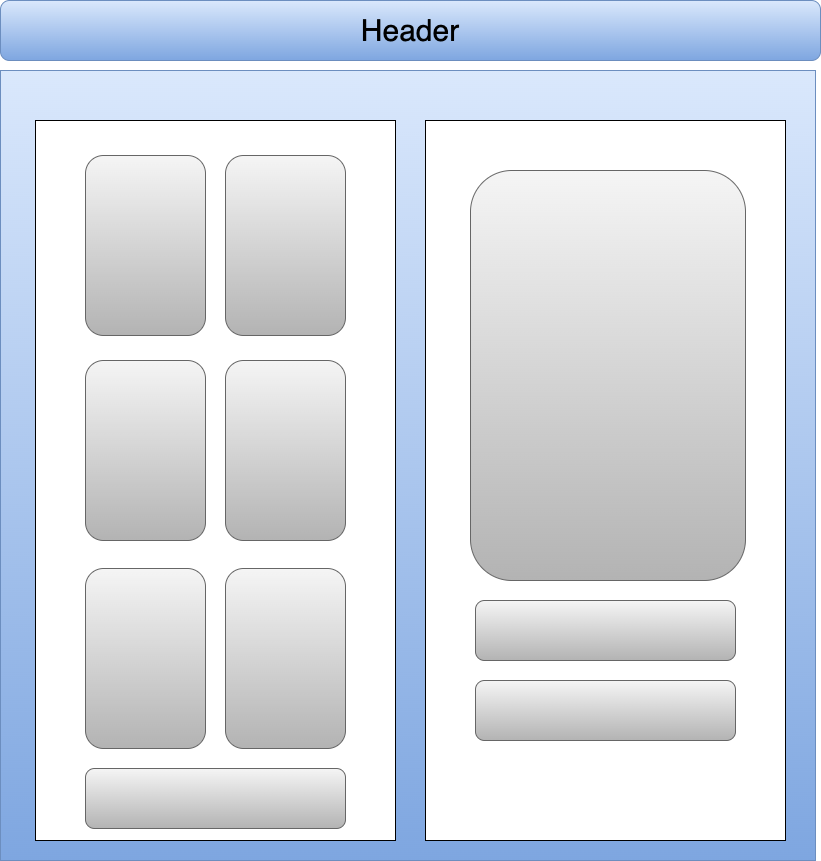
Earlier version of the draw.io export src/img/FabricStore.drawio.png (SuzSch/Fabric-Store). Source tidied: cells renumbered, new cells last; positions are measured from the earlier drawing's top-left corner, leaving out a move shared by most shapes. Its diagram source:
```xml
<mxGraphModel>
  <root>
    <mxCell id="0" />
    <mxCell id="1" parent="0" />
    <mxCell id="2" style="rounded=1;whiteSpace=wrap;html=1;fillColor=#dae8fc;gradientColor=#7ea6e0;strokeColor=#6c8ebf;" parent="1" vertex="1">
      <mxGeometry width="820" height="60" as="geometry" />
    </mxCell>
    <mxCell id="3" value="&lt;font style=&quot;font-size: 30px;&quot;&gt;Header&lt;/font&gt;" style="text;html=1;strokeColor=none;fillColor=none;align=center;verticalAlign=middle;whiteSpace=wrap;rounded=0;" parent="1" vertex="1">
      <mxGeometry x="230" y="15" width="360" height="30" as="geometry" />
    </mxCell>
    <mxCell id="4" style="rounded=0;whiteSpace=wrap;html=1;fillColor=#dae8fc;gradientColor=#7ea6e0;strokeColor=#6c8ebf;" parent="1" vertex="1">
      <mxGeometry y="70" width="815" height="790" as="geometry" />
    </mxCell>
    <mxCell id="5" style="rounded=0;whiteSpace=wrap;html=1;" parent="1" vertex="1">
      <mxGeometry x="35" y="120" width="360" height="720" as="geometry" />
    </mxCell>
    <mxCell id="6" style="group;" parent="1" vertex="1">
      <mxGeometry x="85" y="155" width="260" height="620" as="geometry" />
    </mxCell>
    <mxCell id="7" style="rounded=1;whiteSpace=wrap;html=1;fillColor=#f5f5f5;gradientColor=#b3b3b3;strokeColor=#666666;" parent="6" vertex="1">
      <mxGeometry width="120" height="180" as="geometry" />
    </mxCell>
    <mxCell id="8" style="rounded=1;whiteSpace=wrap;html=1;fillColor=#f5f5f5;gradientColor=#b3b3b3;strokeColor=#666666;" parent="6" vertex="1">
      <mxGeometry x="140" width="120" height="180" as="geometry" />
    </mxCell>
    <mxCell id="9" style="rounded=1;whiteSpace=wrap;html=1;fillColor=#f5f5f5;gradientColor=#b3b3b3;strokeColor=#666666;" parent="6" vertex="1">
      <mxGeometry y="205" width="120" height="180" as="geometry" />
    </mxCell>
    <mxCell id="10" style="rounded=1;whiteSpace=wrap;html=1;fillColor=#f5f5f5;gradientColor=#b3b3b3;strokeColor=#666666;" parent="6" vertex="1">
      <mxGeometry x="140" y="205" width="120" height="180" as="geometry" />
    </mxCell>
    <mxCell id="11" style="rounded=1;whiteSpace=wrap;html=1;fillColor=#f5f5f5;gradientColor=#b3b3b3;strokeColor=#666666;" parent="6" vertex="1">
      <mxGeometry y="413" width="120" height="180" as="geometry" />
    </mxCell>
    <mxCell id="12" style="rounded=1;whiteSpace=wrap;html=1;fillColor=#f5f5f5;gradientColor=#b3b3b3;strokeColor=#666666;" parent="6" vertex="1">
      <mxGeometry x="140" y="413" width="120" height="180" as="geometry" />
    </mxCell>
    <mxCell id="13" style="rounded=0;whiteSpace=wrap;html=1;" parent="1" vertex="1">
      <mxGeometry x="425" y="120" width="360" height="720" as="geometry" />
    </mxCell>
    <mxCell id="14" style="rounded=1;whiteSpace=wrap;html=1;fillColor=#f5f5f5;gradientColor=#b3b3b3;strokeColor=#666666;" parent="1" vertex="1">
      <mxGeometry x="470" y="170" width="275" height="410" as="geometry" />
    </mxCell>
    <mxCell id="15" style="rounded=1;whiteSpace=wrap;html=1;fillColor=#f5f5f5;gradientColor=#b3b3b3;strokeColor=#666666;" parent="1" vertex="1">
      <mxGeometry x="475" y="600" width="260" height="60" as="geometry" />
    </mxCell>
    <mxCell id="16" style="rounded=1;whiteSpace=wrap;html=1;fillColor=#f5f5f5;gradientColor=#b3b3b3;strokeColor=#666666;" parent="1" vertex="1">
      <mxGeometry x="475" y="680" width="260" height="60" as="geometry" />
    </mxCell>
    <mxCell id="17" style="rounded=1;whiteSpace=wrap;html=1;fillColor=#f5f5f5;gradientColor=#b3b3b3;strokeColor=#666666;" parent="1" vertex="1">
      <mxGeometry x="85" y="768" width="260" height="60" as="geometry" />
    </mxCell>
  </root>
</mxGraphModel>
```
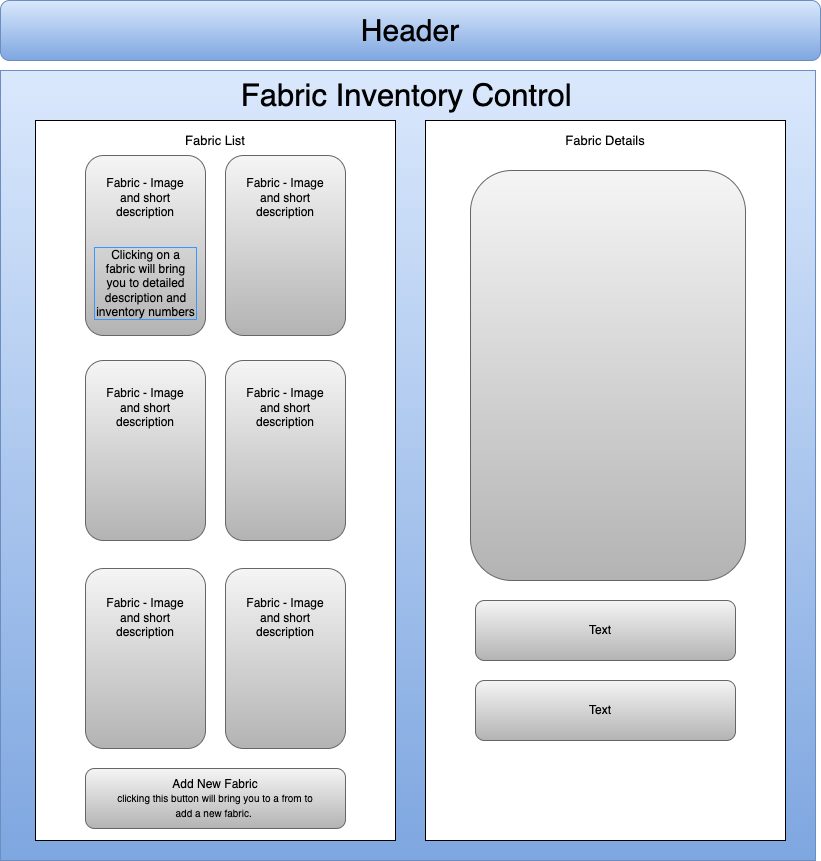
Above is the later version.

Commit message:
add fabric, fabricList and header components, update component diagram with more datails.

Diff of the diagram source:
```diff
@@ -20,7 +20,7 @@
     <mxCell id="7" style="rounded=1;whiteSpace=wrap;html=1;fillColor=#f5f5f5;gradientColor=#b3b3b3;strokeColor=#666666;" parent="6" vertex="1">
       <mxGeometry width="120" height="180" as="geometry" />
     </mxCell>
-    <mxCell id="8" style="rounded=1;whiteSpace=wrap;html=1;fillColor=#f5f5f5;gradientColor=#b3b3b3;strokeColor=#666666;" parent="6" vertex="1">
+    <mxCell id="8" value="&lt;br style=&quot;border-color: var(--border-color); color: rgb(0, 0, 0); font-family: Helvetica; font-size: 12px; font-style: normal; font-variant-ligatures: normal; font-variant-caps: normal; font-weight: 400; letter-spacing: normal; orphans: 2; text-align: center; text-indent: 0px; text-transform: none; widows: 2; word-spacing: 0px; -webkit-text-stroke-width: 0px; background-color: rgb(251, 251, 251); text-decoration-thickness: initial; text-decoration-style: initial; text-decoration-color: initial;&quot;&gt;" style="rounded=1;whiteSpace=wrap;html=1;fillColor=#f5f5f5;gradientColor=#b3b3b3;strokeColor=#666666;" parent="6" vertex="1">
       <mxGeometry x="140" width="120" height="180" as="geometry" />
     </mxCell>
     <mxCell id="9" style="rounded=1;whiteSpace=wrap;html=1;fillColor=#f5f5f5;gradientColor=#b3b3b3;strokeColor=#666666;" parent="6" vertex="1">
@@ -35,6 +35,27 @@
     <mxCell id="12" style="rounded=1;whiteSpace=wrap;html=1;fillColor=#f5f5f5;gradientColor=#b3b3b3;strokeColor=#666666;" parent="6" vertex="1">
       <mxGeometry x="140" y="413" width="120" height="180" as="geometry" />
     </mxCell>
+    <mxCell id="18" value="&lt;br style=&quot;border-color: var(--border-color);&quot;&gt;Fabric - Image and short description" style="text;html=1;strokeColor=none;fillColor=none;align=center;verticalAlign=middle;whiteSpace=wrap;rounded=0;" parent="6" vertex="1">
+      <mxGeometry x="15" y="15" width="90" height="40" as="geometry" />
+    </mxCell>
+    <mxCell id="19" value="Clicking on a fabric will bring you to detailed description and inventory numbers" style="text;html=1;strokeColor=none;fillColor=none;align=center;verticalAlign=middle;whiteSpace=wrap;rounded=0;labelBorderColor=#3399FF;" parent="6" vertex="1">
+      <mxGeometry x="8" y="100" width="105" height="55" as="geometry" />
+    </mxCell>
+    <mxCell id="20" value="&lt;br style=&quot;border-color: var(--border-color);&quot;&gt;Fabric - Image and short description" style="text;html=1;strokeColor=none;fillColor=none;align=center;verticalAlign=middle;whiteSpace=wrap;rounded=0;" parent="6" vertex="1">
+      <mxGeometry x="155" y="15" width="90" height="40" as="geometry" />
+    </mxCell>
+    <mxCell id="21" value="&lt;br style=&quot;border-color: var(--border-color);&quot;&gt;Fabric - Image and short description" style="text;html=1;strokeColor=none;fillColor=none;align=center;verticalAlign=middle;whiteSpace=wrap;rounded=0;" parent="6" vertex="1">
+      <mxGeometry x="15" y="225" width="90" height="40" as="geometry" />
+    </mxCell>
+    <mxCell id="22" value="&lt;br style=&quot;border-color: var(--border-color);&quot;&gt;Fabric - Image and short description" style="text;html=1;strokeColor=none;fillColor=none;align=center;verticalAlign=middle;whiteSpace=wrap;rounded=0;" parent="6" vertex="1">
+      <mxGeometry x="155" y="225" width="90" height="40" as="geometry" />
+    </mxCell>
+    <mxCell id="23" value="&lt;br style=&quot;border-color: var(--border-color);&quot;&gt;Fabric - Image and short description" style="text;html=1;strokeColor=none;fillColor=none;align=center;verticalAlign=middle;whiteSpace=wrap;rounded=0;" parent="6" vertex="1">
+      <mxGeometry x="15" y="435" width="90" height="40" as="geometry" />
+    </mxCell>
+    <mxCell id="24" value="&lt;br style=&quot;border-color: var(--border-color);&quot;&gt;Fabric - Image and short description" style="text;html=1;strokeColor=none;fillColor=none;align=center;verticalAlign=middle;whiteSpace=wrap;rounded=0;" parent="6" vertex="1">
+      <mxGeometry x="155" y="435" width="90" height="40" as="geometry" />
+    </mxCell>
     <mxCell id="13" style="rounded=0;whiteSpace=wrap;html=1;" parent="1" vertex="1">
       <mxGeometry x="425" y="120" width="360" height="720" as="geometry" />
     </mxCell>
@@ -50,5 +71,23 @@
     <mxCell id="17" style="rounded=1;whiteSpace=wrap;html=1;fillColor=#f5f5f5;gradientColor=#b3b3b3;strokeColor=#666666;" parent="1" vertex="1">
       <mxGeometry x="85" y="768" width="260" height="60" as="geometry" />
     </mxCell>
+    <mxCell id="25" value="Fabric Inventory Control&amp;nbsp;" style="text;html=1;strokeColor=none;fillColor=none;align=center;verticalAlign=middle;whiteSpace=wrap;rounded=0;fontSize=31;" parent="1" vertex="1">
+      <mxGeometry x="218" y="80" width="385" height="30" as="geometry" />
+    </mxCell>
+    <mxCell id="26" value="Fabric List" style="text;html=1;strokeColor=none;fillColor=none;align=center;verticalAlign=middle;whiteSpace=wrap;rounded=0;fontSize=13;" parent="1" vertex="1">
+      <mxGeometry x="150" y="125" width="130" height="30" as="geometry" />
+    </mxCell>
+    <mxCell id="27" value="Add New Fabric&lt;br style=&quot;font-size: 11px;&quot;&gt;&lt;font size=&quot;1&quot;&gt;clicking this button will bring you to a from to add a new fabric.&amp;nbsp;&lt;/font&gt;" style="text;html=1;strokeColor=none;fillColor=none;align=center;verticalAlign=middle;whiteSpace=wrap;rounded=0;" parent="1" vertex="1">
+      <mxGeometry x="115" y="783" width="200" height="30" as="geometry" />
+    </mxCell>
+    <mxCell id="28" value="Fabric Details" style="text;html=1;strokeColor=none;fillColor=none;align=center;verticalAlign=middle;whiteSpace=wrap;rounded=0;fontSize=13;" parent="1" vertex="1">
+      <mxGeometry x="540" y="125" width="130" height="30" as="geometry" />
+    </mxCell>
+    <mxCell id="29" value="Text" style="text;html=1;strokeColor=none;fillColor=none;align=center;verticalAlign=middle;whiteSpace=wrap;rounded=0;" parent="1" vertex="1">
+      <mxGeometry x="495" y="615" width="210" height="30" as="geometry" />
+    </mxCell>
+    <mxCell id="30" value="Text" style="text;html=1;strokeColor=none;fillColor=none;align=center;verticalAlign=middle;whiteSpace=wrap;rounded=0;" parent="1" vertex="1">
+      <mxGeometry x="495" y="695" width="210" height="30" as="geometry" />
+    </mxCell>
   </root>
 </mxGraphModel>
```
